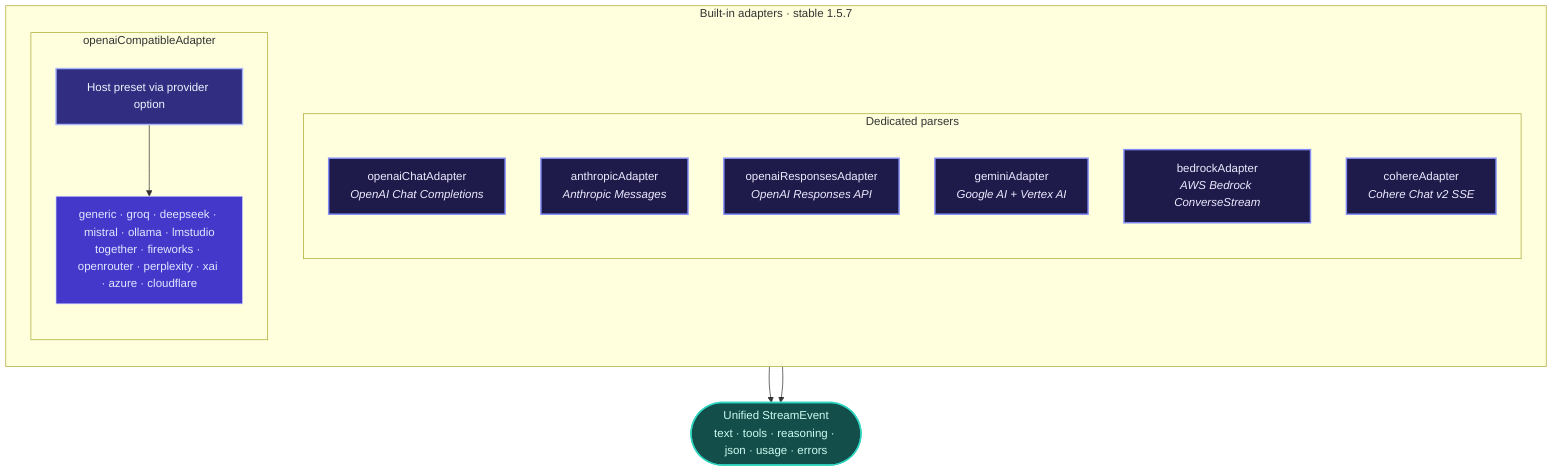
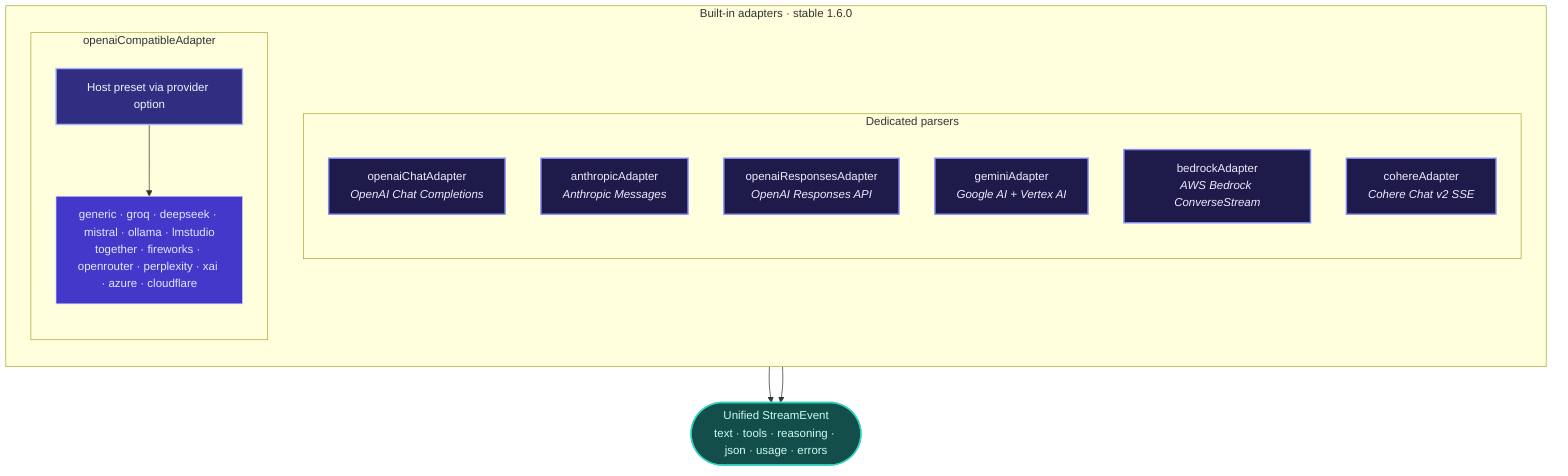
flowchart TB
- 	subgraph BUILTIN["Built-in adapters · stable 1.5.7"]
+ 	subgraph BUILTIN["Built-in adapters · stable 1.6.0"]
		direction TB

		subgraph DEDICATED["Dedicated parsers"]
			direction TB
			AC["openaiChatAdapter<br/><i>OpenAI Chat Completions</i>"]
			AA["anthropicAdapter<br/><i>Anthropic Messages</i>"]
			AR["openaiResponsesAdapter<br/><i>OpenAI Responses API</i>"]
			AG["geminiAdapter<br/><i>Google AI + Vertex AI</i>"]
			AB["bedrockAdapter<br/><i>AWS Bedrock ConverseStream</i>"]
			ACO["cohereAdapter<br/><i>Cohere Chat v2 SSE</i>"]
		end

		subgraph COMPAT["openaiCompatibleAdapter"]
			direction TB
			AO["Host preset via provider option"]
			PRESETS["generic · groq · deepseek · mistral · ollama · lmstudio<br/>together · fireworks · openrouter · perplexity · xai · azure · cloudflare"]
			AO --> PRESETS
		end
	end

	UNIFIED(["Unified StreamEvent<br/>text · tools · reasoning · json · usage · errors"])

	DEDICATED --> UNIFIED
	COMPAT --> UNIFIED

	classDef dedicated fill:#1e1b4b,stroke:#818cf8,stroke-width:2px,color:#ede9fe
	classDef compat fill:#312e81,stroke:#a5b4fc,stroke-width:2px,color:#eef2ff
	classDef presets fill:#4338ca,stroke:#c7d2fe,stroke-width:1px,color:#e0e7ff
	classDef out fill:#134e4a,stroke:#2dd4bf,stroke-width:2px,color:#ccfbf1

	class AC,AA,AR,AG,AB,ACO dedicated
	class AO compat
	class PRESETS presets
	class UNIFIED out
